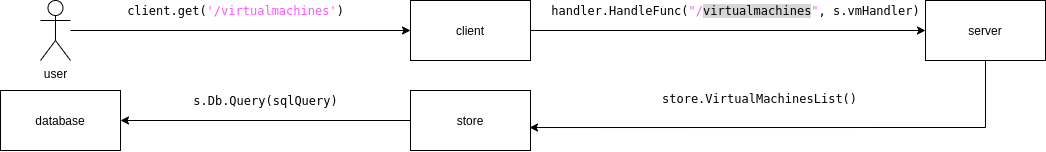
Above: RGR/img/task2/lab3_1.png in LovelyDrug/Let-Architecture-Go (draw.io), before the change. Source tidied: cells renumbered, new cells last; positions are measured from the earlier drawing's top-left corner, leaving out a move shared by most shapes.
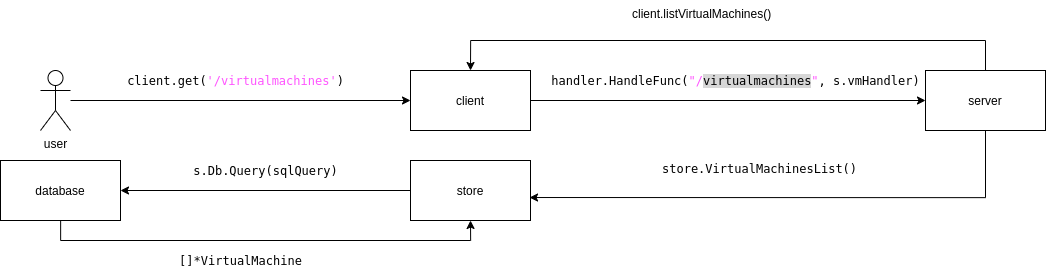
The same file after the commit.

Diff of the diagram source:
```diff
@@ -27,6 +27,14 @@
         </Array>
       </mxGeometry>
     </mxCell>
+    <mxCell id="15" style="edgeStyle=orthogonalEdgeStyle;rounded=0;jettySize=auto;html=1;entryX=0.5;entryY=0;entryDx=0;entryDy=0;" parent="1" edge="1" source="9" target="4">
+      <mxGeometry relative="1" as="geometry">
+        <Array as="points">
+          <mxPoint x="985" y="-30" />
+          <mxPoint x="470" y="-30" />
+        </Array>
+      </mxGeometry>
+    </mxCell>
     <mxCell id="9" value="server" style="rounded=0;whiteSpace=wrap;html=1;" parent="1" vertex="1">
       <mxGeometry x="925" width="120" height="60" as="geometry" />
     </mxCell>
@@ -36,6 +44,14 @@
     <mxCell id="11" value="store" style="whiteSpace=wrap;html=1;" parent="1" vertex="1">
       <mxGeometry x="410" y="90" width="120" height="60" as="geometry" />
     </mxCell>
+    <mxCell id="16" style="edgeStyle=orthogonalEdgeStyle;rounded=0;jettySize=auto;html=1;entryX=0.5;entryY=1;entryDx=0;entryDy=0;" parent="1" edge="1" source="12" target="11">
+      <mxGeometry relative="1" as="geometry">
+        <Array as="points">
+          <mxPoint x="60" y="170" />
+          <mxPoint x="470" y="170" />
+        </Array>
+      </mxGeometry>
+    </mxCell>
     <mxCell id="12" value="database" style="whiteSpace=wrap;html=1;" parent="1" vertex="1">
       <mxGeometry y="90" width="120" height="60" as="geometry" />
     </mxCell>
@@ -45,5 +61,11 @@
     <mxCell id="14" value="&lt;span style=&quot;font-family: monospace&quot;&gt;&lt;span style=&quot;background-color: rgb(255 , 255 , 255)&quot;&gt;store.VirtualMachinesList()&lt;/span&gt;&lt;br&gt;&lt;/span&gt;" style="text;whiteSpace=wrap;html=1;" parent="1" vertex="1">
       <mxGeometry x="660" y="85" width="200" height="30" as="geometry" />
     </mxCell>
+    <mxCell id="17" value="client.listVirtualMachines()" style="text;whiteSpace=wrap;html=1;" parent="1" vertex="1">
+      <mxGeometry x="630" y="-70" width="160" height="30" as="geometry" />
+    </mxCell>
+    <mxCell id="18" value="&lt;span style=&quot;font-family: monospace&quot;&gt;&lt;span style=&quot;background-color: rgb(255 , 255 , 255)&quot;&gt;[]*VirtualMachine&lt;/span&gt;&lt;br&gt;&lt;/span&gt;" style="text;html=1;align=center;verticalAlign=middle;strokeColor=none;fillColor=none;" parent="1" vertex="1">
+      <mxGeometry x="170" y="180" width="140" height="20" as="geometry" />
+    </mxCell>
   </root>
 </mxGraphModel>
```
